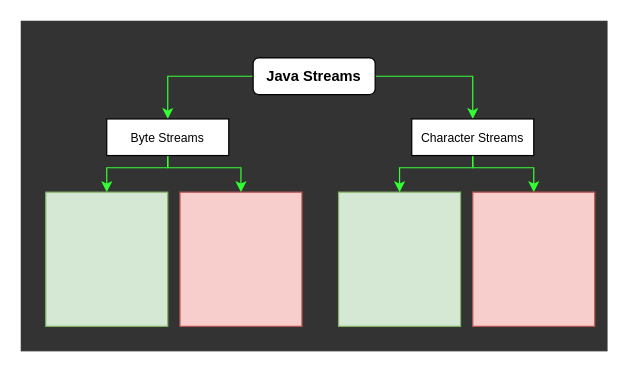
Above: JavaStreams.drawio in PavanKoppana/blueprints (draw.io), before the change. Source tidied: cells renumbered, new cells numbered last; positions are measured from the earlier drawing's top-left corner, leaving out a move shared by most shapes. Both pictures are drawn from the tidied source at 122%, with x=0, y=0 at pixel (21, 21).
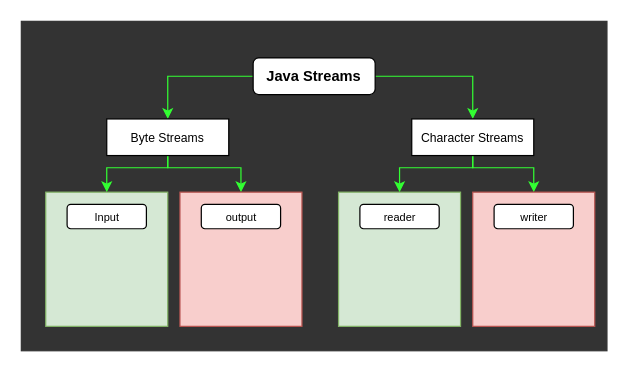
Above is the later version.

Change to the diagram source:
```diff
@@
+    <mxCell id="17" value="&lt;font style=&quot;font-size: 9px;&quot;&gt;Input&lt;/font&gt;" style="rounded=1;whiteSpace=wrap;html=1;" parent="1" vertex="1">
+      <mxGeometry x="37.5" y="150" width="65" height="20" as="geometry" />
+    </mxCell>
+    <mxCell id="18" value="&lt;font style=&quot;font-size: 9px;&quot;&gt;output&lt;/font&gt;" style="rounded=1;whiteSpace=wrap;html=1;" parent="1" vertex="1">
+      <mxGeometry x="147.5" y="150" width="65" height="20" as="geometry" />
+    </mxCell>
+    <mxCell id="19" value="&lt;font style=&quot;font-size: 9px;&quot;&gt;reader&lt;/font&gt;" style="rounded=1;whiteSpace=wrap;html=1;" parent="1" vertex="1">
+      <mxGeometry x="277.5" y="150" width="65" height="20" as="geometry" />
+    </mxCell>
+    <mxCell id="20" value="&lt;font style=&quot;font-size: 9px;&quot;&gt;writer&lt;/font&gt;" style="rounded=1;whiteSpace=wrap;html=1;" parent="1" vertex="1">
+      <mxGeometry x="387.5" y="150" width="65" height="20" as="geometry" />
+    </mxCell>
```
